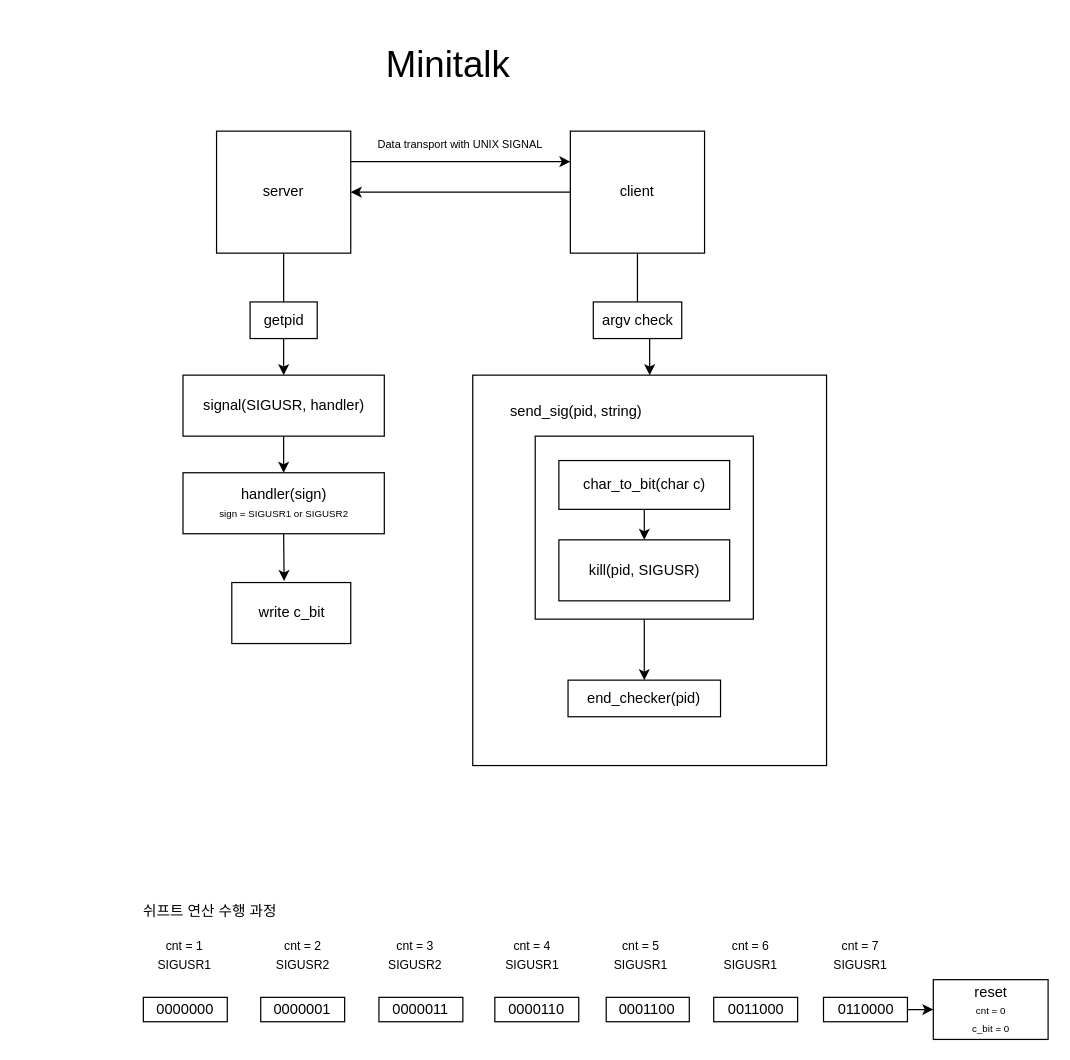
Before: process.drawio in aseungbo/42_minitalk, a draw.io diagram. Source tidied: cells renumbered, new cells numbered last; positions are measured from the earlier drawing's top-left corner, leaving out a move shared by most shapes. Both pictures are drawn from the tidied source at 122%, with x=0, y=0 at pixel (21, 21).
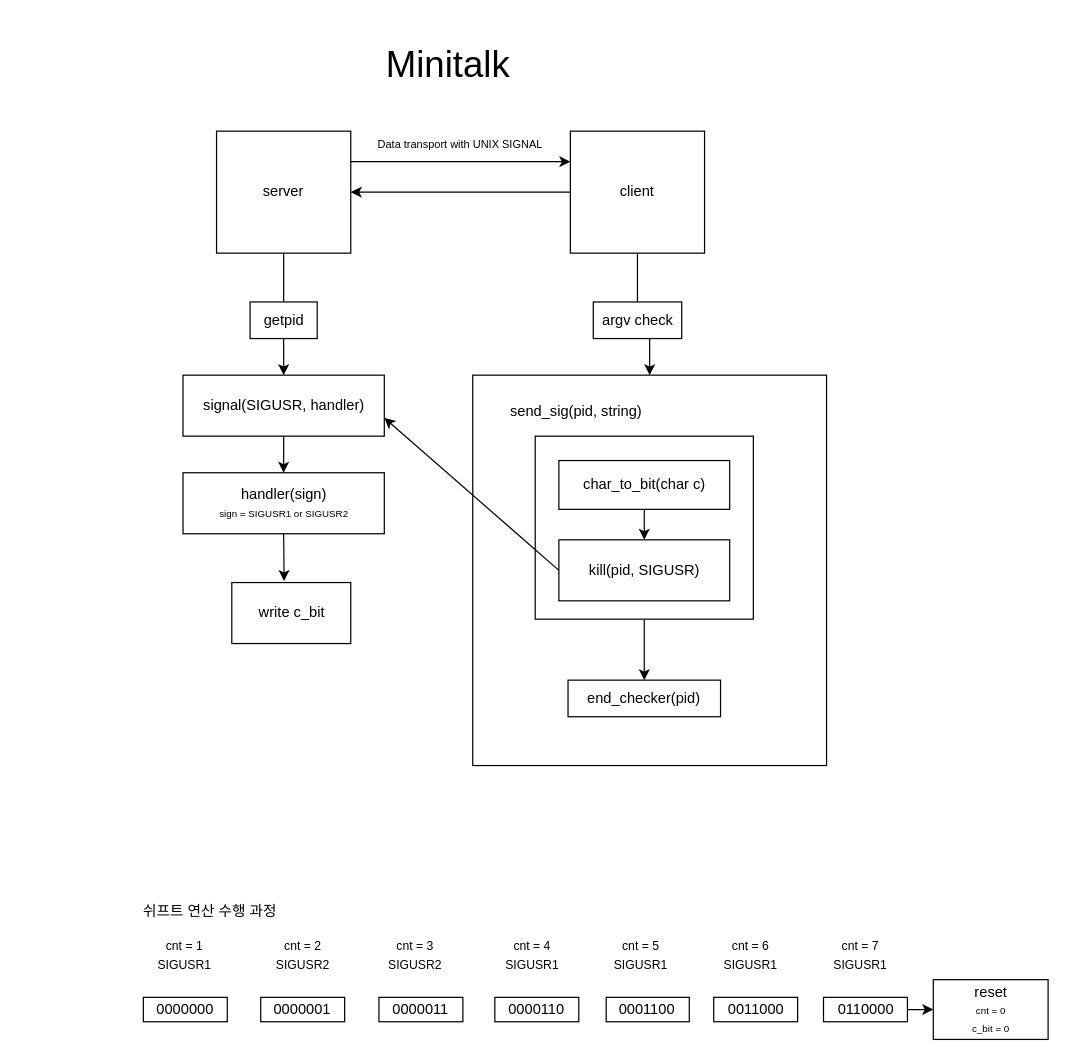
Above is the later version.

The change refers to these unchanged cells:
```xml
<mxCell id="22" value="kill(pid, SIGUSR)" style="rounded=0;whiteSpace=wrap;html=1;" parent="1" vertex="1">
  <mxGeometry x="440.6" y="425" width="140" height="50" as="geometry" />
</mxCell>
```

Change to the diagram source:
```diff
@@
+    <mxCell id="43" style="endArrow=classic;html=1;exitX=0;exitY=0.5;exitDx=0;exitDy=0;" parent="1" edge="1" source="22">
+      <mxGeometry relative="1" as="geometry">
+        <mxPoint x="297.5" y="325" as="targetPoint" />
+      </mxGeometry>
+    </mxCell>
```
